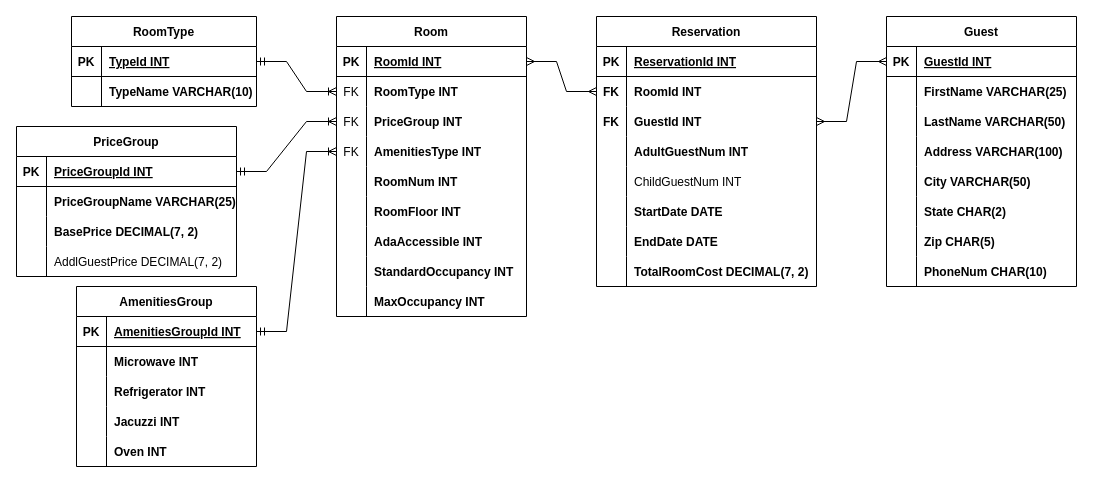
The draw.io diagram Data Files/CourtneyBowe-HotelERD.drawio in The-Software-Guild/data-management-assessment-hotel-schema-cbowe89, before the edit. Source tidied: cells renumbered, new cells numbered last; positions are measured from the earlier drawing's top-left corner, leaving out a move shared by most shapes. Both pictures are drawn from the tidied source at 100%, with x=0, y=0 at pixel (16, 16).
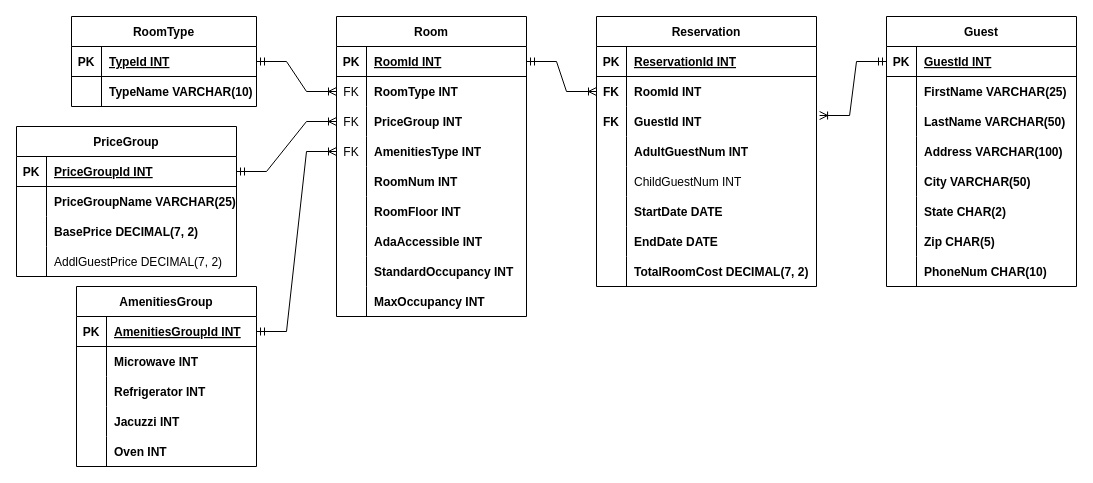
The same page after the edit.

Commit message (it also covers changes not shown here):
Corrected ERD

Unchanged cells that the change refers to:
```xml
<mxCell id="3" style="shape=tableRow;horizontal=0;startSize=0;swimlaneHead=0;swimlaneBody=0;fillColor=none;points=[[0,0.5],[1,0.5]];portConstraint=eastwest;top=0;left=0;right=0;bottom=1;" parent="2" vertex="1">
  <mxGeometry y="30" width="190" height="30" as="geometry" />
</mxCell>
<mxCell id="51" style="shape=tableRow;horizontal=0;startSize=0;swimlaneHead=0;swimlaneBody=0;fillColor=none;points=[[0,0.5],[1,0.5]];portConstraint=eastwest;top=0;left=0;right=0;bottom=1;" parent="50" vertex="1">
  <mxGeometry y="30" width="190" height="30" as="geometry" />
</mxCell>
<mxCell id="79" style="shape=tableRow;horizontal=0;startSize=0;swimlaneHead=0;swimlaneBody=0;fillColor=none;points=[[0,0.5],[1,0.5]];portConstraint=eastwest;top=0;left=0;right=0;bottom=0;" parent="75" vertex="1">
  <mxGeometry y="60" width="220" height="30" as="geometry" />
</mxCell>
<mxCell id="82" style="shape=tableRow;horizontal=0;startSize=0;swimlaneHead=0;swimlaneBody=0;fillColor=none;points=[[0,0.5],[1,0.5]];portConstraint=eastwest;top=0;left=0;right=0;bottom=0;" parent="75" vertex="1">
  <mxGeometry y="90" width="220" height="30" as="geometry" />
</mxCell>
```

The edit, as a diff of the source:
```diff
@@
-    <mxCell id="102" style="edgeStyle=entityRelationEdgeStyle;fontSize=12;html=1;endArrow=ERmany;startArrow=ERmany;rounded=0;entryX=0;entryY=0.5;entryDx=0;entryDy=0;exitX=1;exitY=0.5;exitDx=0;exitDy=0;" parent="1" edge="1" source="3" target="79">
-      <mxGeometry relative="1" as="geometry" />
-    </mxCell>
-    <mxCell id="103" style="edgeStyle=entityRelationEdgeStyle;fontSize=12;html=1;endArrow=ERmany;startArrow=ERmany;rounded=0;entryX=0;entryY=0.5;entryDx=0;entryDy=0;exitX=1;exitY=0.5;exitDx=0;exitDy=0;" parent="1" edge="1" source="82" target="51">
-      <mxGeometry relative="1" as="geometry" />
-    </mxCell>
@@
+    <mxCell id="102" style="edgeStyle=entityRelationEdgeStyle;fontSize=12;html=1;endArrow=ERoneToMany;startArrow=ERmandOne;rounded=0;exitX=1;exitY=0.5;exitDx=0;exitDy=0;entryX=0;entryY=0.5;entryDx=0;entryDy=0;" parent="1" edge="1" source="3" target="79">
+      <mxGeometry relative="1" as="geometry" />
+    </mxCell>
+    <mxCell id="121" style="edgeStyle=entityRelationEdgeStyle;fontSize=12;html=1;endArrow=ERoneToMany;startArrow=ERmandOne;rounded=0;exitX=0;exitY=0.5;exitDx=0;exitDy=0;entryX=1.014;entryY=0.3;entryDx=0;entryDy=0;entryPerimeter=0;" parent="1" edge="1" source="51" target="82">
+      <mxGeometry relative="1" as="geometry" />
+    </mxCell>
```
